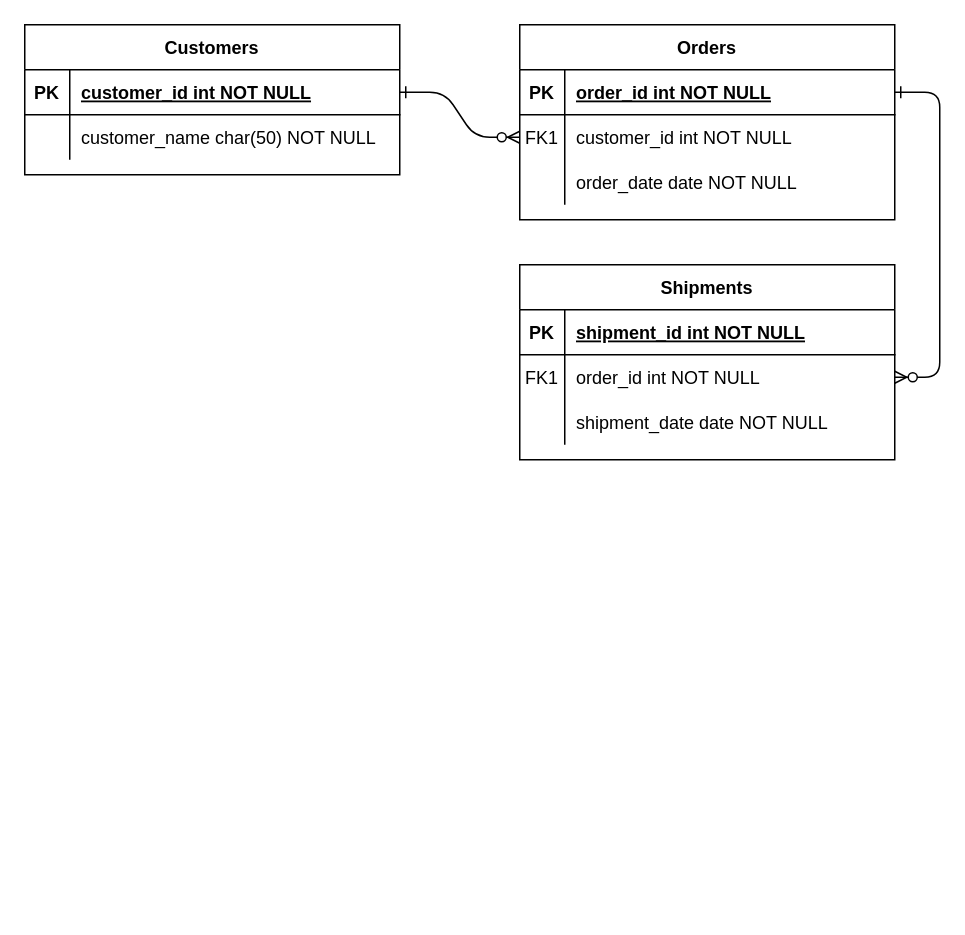
Earlier version of the draw.io diagram 未命名绘图.drawio (jasonTong1/diagram). Source tidied: cells renumbered, new cells numbered last; positions are measured from the earlier drawing's top-left corner, leaving out a move shared by most shapes. Both pictures are drawn from the tidied source at 150%, with x=0, y=0 at pixel (24, 24).
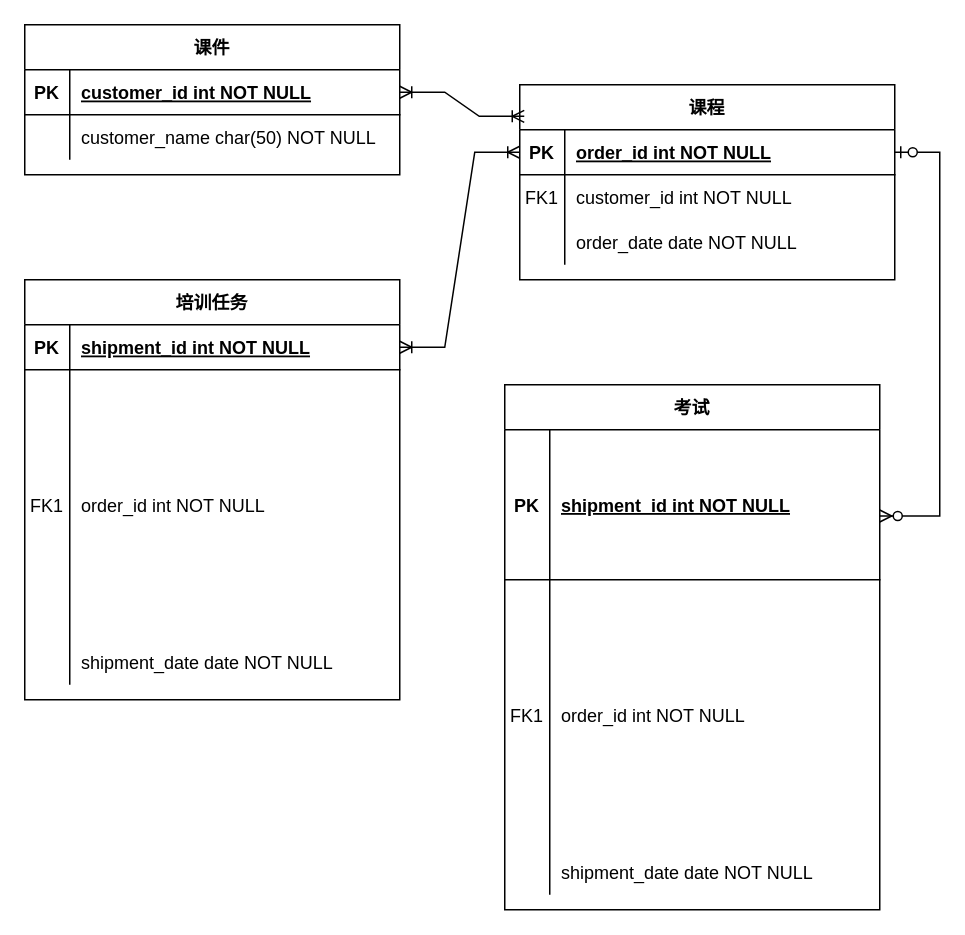
The same diagram, later.

The change refers to these unchanged cells:
```xml
<mxCell id="5" style="shape=partialRectangle;fillColor=none;points=[[0,0.5],[1,0.5]];portConstraint=eastwest;top=0;left=0;right=0;bottom=1;" parent="4" vertex="1">
  <mxGeometry y="30" width="250" height="30" as="geometry" />
</mxCell>
<mxCell id="8" style="shape=partialRectangle;fillColor=none;points=[[0,0.5],[1,0.5]];portConstraint=eastwest;top=0;left=0;right=0;bottom=0;" parent="4" vertex="1">
  <mxGeometry y="60" width="250" height="30" as="geometry" />
</mxCell>
<mxCell id="15" style="shape=partialRectangle;fillColor=none;points=[[0,0.5],[1,0.5]];portConstraint=eastwest;top=0;left=0;right=0;bottom=1;" parent="14" vertex="1">
  <mxGeometry y="30" width="250" height="30" as="geometry" />
</mxCell>
<mxCell id="25" style="shape=partialRectangle;fillColor=none;points=[[0,0.5],[1,0.5]];portConstraint=eastwest;top=0;left=0;right=0;bottom=1;" parent="24" vertex="1">
  <mxGeometry y="30" width="250" height="30" as="geometry" />
</mxCell>
```

The edit, as a diff of the source:
```diff
@@
-    <mxCell id="2" style="edgeStyle=entityRelationEdgeStyle;endArrow=ERzeroToMany;startArrow=ERone;endFill=1;startFill=0;" parent="1" edge="1" source="25" target="8">
-      <mxGeometry relative="1" as="geometry" />
-    </mxCell>
-    <mxCell id="3" style="edgeStyle=entityRelationEdgeStyle;endArrow=ERzeroToMany;startArrow=ERone;endFill=1;startFill=0;" parent="1" edge="1" source="5" target="18">
-      <mxGeometry relative="1" as="geometry" />
-    </mxCell>
-    <mxCell id="4" value="Orders" style="shape=table;startSize=30;childLayout=tableLayout;rowLines=0;fontStyle=1;align=center;" parent="1" vertex="1">
-      <mxGeometry x="330" width="250" height="130" as="geometry" />
+    <mxCell id="4" value="课程" style="shape=table;startSize=30;childLayout=tableLayout;rowLines=0;fontStyle=1;align=center;" parent="1" vertex="1">
+      <mxGeometry x="330" y="40" width="250" height="130" as="geometry" />
     </mxCell>
@@
-    <mxCell id="14" value="Shipments" style="shape=table;startSize=30;childLayout=tableLayout;rowLines=0;fontStyle=1;align=center;" parent="1" vertex="1">
-      <mxGeometry x="330" y="160" width="250" height="130" as="geometry" />
+    <mxCell id="14" value="培训任务" style="shape=table;startSize=30;childLayout=tableLayout;rowLines=0;fontStyle=1;align=center;" parent="1" vertex="1">
+      <mxGeometry y="170" width="250" height="280" as="geometry" />
     </mxCell>
@@
     <mxCell id="18" style="shape=partialRectangle;fillColor=none;points=[[0,0.5],[1,0.5]];portConstraint=eastwest;top=0;left=0;right=0;bottom=0;" parent="14" vertex="1">
-      <mxGeometry y="60" width="250" height="30" as="geometry" />
+      <mxGeometry y="60" width="250" height="180" as="geometry" />
     </mxCell>
     <mxCell id="19" value="FK1" style="shape=partialRectangle;overflow=hidden;fillColor=none;top=0;left=0;bottom=0;right=0;" parent="18" vertex="1">
-      <mxGeometry width="30" height="30" as="geometry" />
+      <mxGeometry width="30" height="180" as="geometry" />
     </mxCell>
     <mxCell id="20" value="order_id int NOT NULL" style="shape=partialRectangle;overflow=hidden;fillColor=none;top=0;left=0;bottom=0;right=0;align=left;spacingLeft=6;" parent="18" vertex="1">
-      <mxGeometry x="30" width="220" height="30" as="geometry" />
+      <mxGeometry x="30" width="220" height="180" as="geometry" />
     </mxCell>
     <mxCell id="21" style="shape=partialRectangle;fillColor=none;top=0;left=0;right=0;bottom=0;" parent="14" vertex="1">
-      <mxGeometry y="90" width="250" height="30" as="geometry" />
+      <mxGeometry y="240" width="250" height="30" as="geometry" />
     </mxCell>
@@
-    <mxCell id="24" value="Customers" style="shape=table;startSize=30;childLayout=tableLayout;rowLines=0;fontStyle=1;align=center;" parent="1" vertex="1">
+    <mxCell id="24" value="课件" style="shape=table;startSize=30;childLayout=tableLayout;rowLines=0;fontStyle=1;align=center;" parent="1" vertex="1">
       <mxGeometry width="250" height="100" as="geometry" />
     </mxCell>
@@
+    <mxCell id="31" style="edgeStyle=entityRelationEdgeStyle;fontSize=12;html=1;endArrow=ERoneToMany;startArrow=ERoneToMany;rounded=0;exitX=1;exitY=0.5;exitDx=0;exitDy=0;entryX=0.012;entryY=0.162;entryDx=0;entryDy=0;entryPerimeter=0;" parent="1" edge="1" source="25" target="4">
+      <mxGeometry relative="1" as="geometry" />
+    </mxCell>
+    <mxCell id="32" style="edgeStyle=entityRelationEdgeStyle;fontSize=12;html=1;endArrow=ERoneToMany;startArrow=ERoneToMany;rounded=0;entryX=1;entryY=0.5;entryDx=0;entryDy=0;" parent="1" edge="1" source="5" target="15">
+      <mxGeometry relative="1" as="geometry" />
+    </mxCell>
+    <mxCell id="33" value="考试" style="shape=table;startSize=30;childLayout=tableLayout;rowLines=0;fontStyle=1;align=center;" parent="1" vertex="1">
+      <mxGeometry x="320" y="240" width="250" height="350" as="geometry" />
+    </mxCell>
+    <mxCell id="34" style="shape=partialRectangle;fillColor=none;top=0;left=0;right=0;bottom=1;" parent="33" vertex="1">
+      <mxGeometry y="30" width="250" height="100" as="geometry" />
+    </mxCell>
+    <mxCell id="35" value="PK" style="shape=partialRectangle;overflow=hidden;fillColor=none;top=0;left=0;bottom=0;right=0;fontStyle=1;" parent="34" vertex="1">
+      <mxGeometry width="30" height="100" as="geometry" />
+    </mxCell>
+    <mxCell id="36" value="shipment_id int NOT NULL " style="shape=partialRectangle;overflow=hidden;fillColor=none;top=0;left=0;bottom=0;right=0;align=left;spacingLeft=6;fontStyle=5;" parent="34" vertex="1">
+      <mxGeometry x="30" width="220" height="100" as="geometry" />
+    </mxCell>
+    <mxCell id="37" style="shape=partialRectangle;fillColor=none;top=0;left=0;right=0;bottom=0;" parent="33" vertex="1">
+      <mxGeometry y="130" width="250" height="180" as="geometry" />
+    </mxCell>
+    <mxCell id="38" value="FK1" style="shape=partialRectangle;overflow=hidden;fillColor=none;top=0;left=0;bottom=0;right=0;" parent="37" vertex="1">
+      <mxGeometry width="30" height="180" as="geometry" />
+    </mxCell>
+    <mxCell id="39" value="order_id int NOT NULL" style="shape=partialRectangle;overflow=hidden;fillColor=none;top=0;left=0;bottom=0;right=0;align=left;spacingLeft=6;" parent="37" vertex="1">
+      <mxGeometry x="30" width="220" height="180" as="geometry" />
+    </mxCell>
+    <mxCell id="40" style="shape=partialRectangle;fillColor=none;top=0;left=0;right=0;bottom=0;" parent="33" vertex="1">
+      <mxGeometry y="310" width="250" height="30" as="geometry" />
+    </mxCell>
+    <mxCell id="41" style="shape=partialRectangle;overflow=hidden;fillColor=none;top=0;left=0;bottom=0;right=0;" parent="40" vertex="1">
+      <mxGeometry width="30" height="30" as="geometry" />
+    </mxCell>
+    <mxCell id="42" value="shipment_date date NOT NULL" style="shape=partialRectangle;overflow=hidden;fillColor=none;top=0;left=0;bottom=0;right=0;align=left;spacingLeft=6;" parent="40" vertex="1">
+      <mxGeometry x="30" width="220" height="30" as="geometry" />
+    </mxCell>
+    <mxCell id="43" style="edgeStyle=entityRelationEdgeStyle;fontSize=12;html=1;endArrow=ERzeroToMany;startArrow=ERzeroToOne;rounded=0;entryX=1;entryY=0.25;entryDx=0;entryDy=0;" parent="1" edge="1" target="33">
+      <mxGeometry relative="1" as="geometry">
+        <mxPoint x="580" y="85" as="sourcePoint" />
+      </mxGeometry>
+    </mxCell>
```
